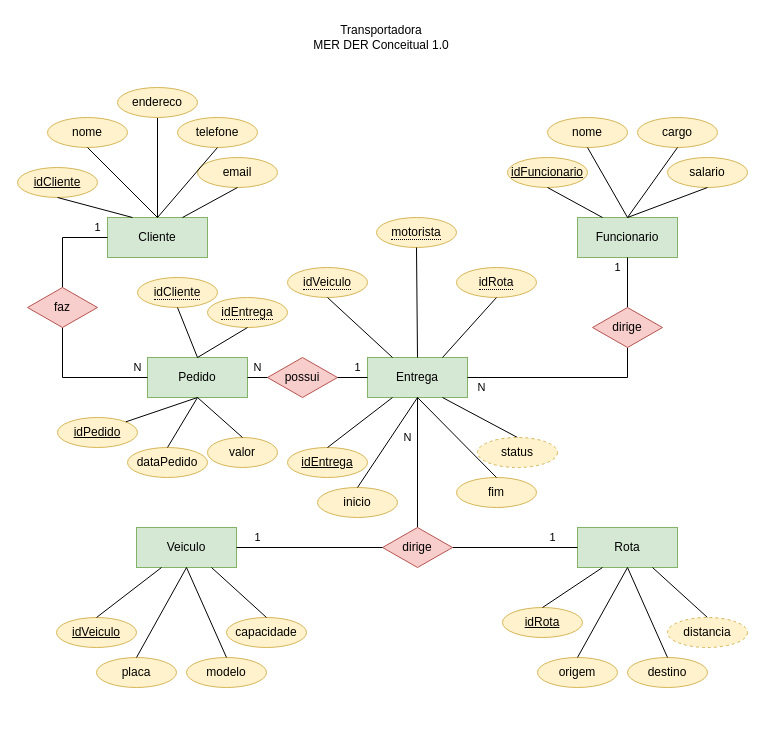
wellifabio/senai2024 keeps this draw.io diagram as ds/2des/03-bcd/aula04/transportadora.drawio. Above is the earlier version. Source tidied: cells renumbered, new cells numbered last; positions are measured from the earlier drawing's top-left corner, leaving out a move shared by most shapes. Both pictures are drawn from the tidied source at 100%, with x=0, y=0 at pixel (17, 17).
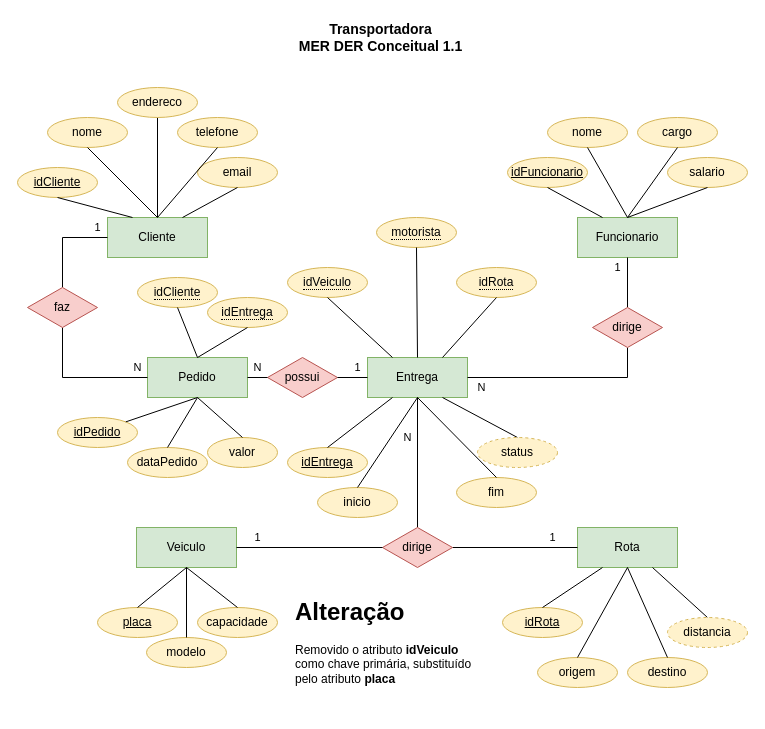
After the change.

The change refers to these unchanged cells:
```xml
<mxCell id="23" value="Veiculo" style="whiteSpace=wrap;html=1;align=center;fillColor=#d5e8d4;strokeColor=#82b366;" parent="1" vertex="1">
  <mxGeometry x="119" y="510" width="100" height="40" as="geometry" />
</mxCell>
```

Change to the diagram source:
```diff
@@
-    <mxCell id="2" value="Transportadora&lt;br&gt;MER DER Conceitual 1.0" style="text;html=1;align=center;verticalAlign=middle;whiteSpace=wrap;rounded=0;" parent="1" vertex="1">
-      <mxGeometry x="289" width="150" height="40" as="geometry" />
+    <mxCell id="2" value="Transportadora&lt;br style=&quot;font-size: 14px;&quot;&gt;MER DER Conceitual 1.1" style="text;html=1;align=center;verticalAlign=middle;whiteSpace=wrap;rounded=0;fontStyle=1;fontSize=14;" parent="1" vertex="1">
+      <mxGeometry x="273" width="181" height="40" as="geometry" />
     </mxCell>
@@
-    <mxCell id="24" value="idVeiculo" style="ellipse;whiteSpace=wrap;html=1;align=center;fontStyle=4;fillColor=#fff2cc;strokeColor=#d6b656;" parent="1" vertex="1">
-      <mxGeometry x="39" y="600" width="80" height="30" as="geometry" />
+    <mxCell id="24" value="placa" style="ellipse;whiteSpace=wrap;html=1;align=center;fontStyle=4;fillColor=#fff2cc;strokeColor=#d6b656;" parent="1" vertex="1">
+      <mxGeometry x="80" y="590" width="80" height="30" as="geometry" />
     </mxCell>
-    <mxCell id="25" value="placa" style="ellipse;whiteSpace=wrap;html=1;align=center;fillColor=#fff2cc;strokeColor=#d6b656;" parent="1" vertex="1">
-      <mxGeometry x="79" y="640" width="80" height="30" as="geometry" />
-    </mxCell>
-    <mxCell id="26" style="rounded=0;jettySize=auto;html=1;exitX=0.25;exitY=1;exitDx=0;exitDy=0;entryX=0.5;entryY=0;entryDx=0;entryDy=0;endArrow=none;endFill=0;" parent="1" edge="1" source="23" target="24">
+    <mxCell id="26" style="rounded=0;jettySize=auto;html=1;exitX=0.5;exitY=1;exitDx=0;exitDy=0;entryX=0.5;entryY=0;entryDx=0;entryDy=0;endArrow=none;endFill=0;" parent="1" edge="1" source="23" target="24">
       <mxGeometry relative="1" as="geometry" />
     </mxCell>
     <mxCell id="27" value="modelo" style="ellipse;whiteSpace=wrap;html=1;align=center;fillColor=#fff2cc;strokeColor=#d6b656;" parent="1" vertex="1">
-      <mxGeometry x="169" y="640" width="80" height="30" as="geometry" />
+      <mxGeometry x="129" y="620" width="80" height="30" as="geometry" />
     </mxCell>
     <mxCell id="28" value="capacidade" style="ellipse;whiteSpace=wrap;html=1;align=center;fillColor=#fff2cc;strokeColor=#d6b656;" parent="1" vertex="1">
-      <mxGeometry x="209" y="600" width="80" height="30" as="geometry" />
+      <mxGeometry x="180" y="590" width="80" height="30" as="geometry" />
     </mxCell>
-    <mxCell id="29" style="rounded=0;jettySize=auto;html=1;exitX=0.5;exitY=1;exitDx=0;exitDy=0;entryX=0.5;entryY=0;entryDx=0;entryDy=0;endArrow=none;endFill=0;" parent="1" edge="1" source="23" target="25">
-      <mxGeometry relative="1" as="geometry" />
-    </mxCell>
@@
-    <mxCell id="31" style="rounded=0;jettySize=auto;html=1;exitX=0.75;exitY=1;exitDx=0;exitDy=0;entryX=0.5;entryY=0;entryDx=0;entryDy=0;endArrow=none;endFill=0;" parent="1" edge="1" source="23" target="28">
+    <mxCell id="31" style="rounded=0;jettySize=auto;html=1;exitX=0.5;exitY=1;exitDx=0;exitDy=0;entryX=0.5;entryY=0;entryDx=0;entryDy=0;endArrow=none;endFill=0;" parent="1" edge="1" source="23" target="28">
       <mxGeometry relative="1" as="geometry" />
     </mxCell>
@@
+    <mxCell id="80" value="&lt;h1&gt;Alteração&lt;/h1&gt;&lt;p&gt;Removido o atributo &lt;b&gt;idVeiculo&lt;/b&gt; como chave primária, substituído pelo atributo &lt;b&gt;placa&lt;/b&gt;&lt;/p&gt;" style="text;html=1;spacing=5;spacingTop=-20;whiteSpace=wrap;overflow=hidden;rounded=0;" parent="1" vertex="1">
+      <mxGeometry x="273" y="575" width="190" height="120" as="geometry" />
+    </mxCell>
```
